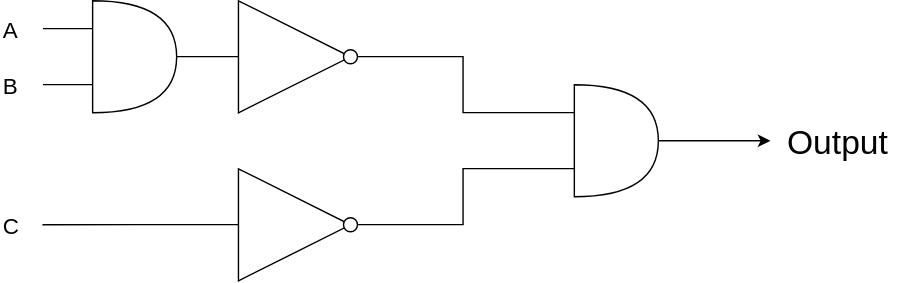
Before: circuits/2A.svg, a diagram exported from draw.io (Falmouth-Games-Academy/comp110-worksheet-4). Source tidied: cells renumbered, new cells last; positions are measured from the earlier drawing's top-left corner, leaving out a move shared by most shapes.
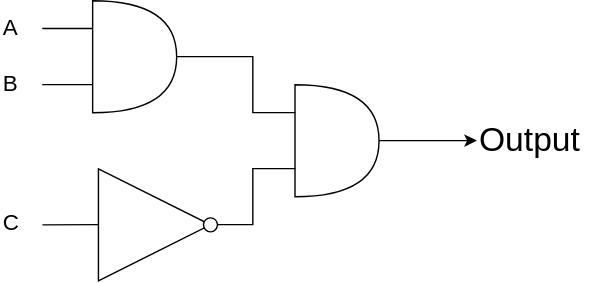
After the commit.

Commit message:
Mistakes were made. (1)

The edit, as a diff of the source:
```diff
@@ -2,36 +2,31 @@
   <root>
     <mxCell id="0" />
     <mxCell id="1" parent="0" />
-    <mxCell id="2" style="edgeStyle=orthogonalEdgeStyle;rounded=0;jettySize=auto;html=1;fontSize=24;" parent="1" edge="1" source="3">
-      <mxGeometry relative="1" as="geometry">
-        <mxPoint x="549.7" y="100" as="targetPoint" />
-      </mxGeometry>
+    <mxCell id="2" style="edgeStyle=orthogonalEdgeStyle;rounded=0;jettySize=auto;html=1;fontSize=24;entryX=0.003;entryY=0.495;entryDx=0;entryDy=0;entryPerimeter=0;" parent="1" edge="1" source="3" target="6">
+      <mxGeometry relative="1" as="geometry" />
     </mxCell>
     <mxCell id="3" style="shape=or;whiteSpace=wrap;html=1;fontSize=24;" parent="1" vertex="1">
-      <mxGeometry x="409.7" y="60" width="60" height="80" as="geometry" />
+      <mxGeometry x="210.2" y="60" width="60" height="80" as="geometry" />
     </mxCell>
-    <mxCell id="4" style="edgeStyle=orthogonalEdgeStyle;rounded=0;jettySize=auto;html=1;fontSize=24;entryX=0;entryY=0.25;entryDx=0;entryDy=0;entryPerimeter=0;endArrow=none;endFill=0;" parent="1" edge="1" source="20" target="3">
+    <mxCell id="4" style="edgeStyle=orthogonalEdgeStyle;rounded=0;jettySize=auto;html=1;fontSize=24;entryX=0;entryY=0.25;entryDx=0;entryDy=0;entryPerimeter=0;endArrow=none;endFill=0;exitX=1;exitY=0.5;exitDx=0;exitDy=0;exitPerimeter=0;" parent="1" edge="1" source="8" target="3">
       <mxGeometry relative="1" as="geometry">
         <Array as="points">
-          <mxPoint x="329.8" y="40" />
-          <mxPoint x="329.8" y="80" />
+          <mxPoint x="180" y="40" />
+          <mxPoint x="180" y="80" />
         </Array>
       </mxGeometry>
     </mxCell>
     <mxCell id="5" style="edgeStyle=orthogonalEdgeStyle;rounded=0;jettySize=auto;html=1;fontSize=24;entryX=0;entryY=0.75;entryDx=0;entryDy=0;entryPerimeter=0;endArrow=none;endFill=0;" parent="1" edge="1" source="17" target="3">
       <mxGeometry relative="1" as="geometry">
         <Array as="points">
-          <mxPoint x="329.8" y="160" />
-          <mxPoint x="329.8" y="120" />
+          <mxPoint x="180" y="160" />
+          <mxPoint x="180" y="120" />
         </Array>
       </mxGeometry>
     </mxCell>
     <mxCell id="6" value="Output" style="text;html=1;points=[];align=left;verticalAlign=top;spacingTop=-4;fontSize=24;" parent="1" vertex="1">
-      <mxGeometry x="559.8" y="85" width="90" height="30" as="geometry" />
+      <mxGeometry x="339.8" y="85" width="90" height="30" as="geometry" />
     </mxCell>
-    <mxCell id="7" style="edgeStyle=orthogonalEdgeStyle;rounded=0;jettySize=auto;html=1;fontSize=24;endArrow=none;endFill=0;exitX=1;exitY=0.5;exitDx=0;exitDy=0;exitPerimeter=0;entryX=0;entryY=0.5;entryDx=0;entryDy=0;" parent="1" edge="1" source="8" target="19">
-      <mxGeometry relative="1" as="geometry" />
-    </mxCell>
     <mxCell id="8" style="shape=or;whiteSpace=wrap;html=1;fontSize=24;" parent="1" vertex="1">
       <mxGeometry x="65.7" width="60" height="80" as="geometry" />
     </mxCell>
@@ -67,7 +62,7 @@
       <mxGeometry x="-0.2" y="145" width="30" height="30" as="geometry" />
     </mxCell>
     <mxCell id="15" style="group;" parent="1" vertex="1">
-      <mxGeometry x="169.8" y="120" width="85" height="80" as="geometry" />
+      <mxGeometry x="69.8" y="120" width="85" height="80" as="geometry" />
     </mxCell>
     <mxCell id="16" style="triangle;whiteSpace=wrap;html=1;" parent="15" vertex="1">
       <mxGeometry width="80" height="80" as="geometry" />
@@ -75,14 +70,5 @@
     <mxCell id="17" style="ellipse;whiteSpace=wrap;html=1;" parent="15" vertex="1">
       <mxGeometry x="75" y="35" width="10" height="10" as="geometry" />
     </mxCell>
-    <mxCell id="18" style="group;" parent="1" vertex="1">
-      <mxGeometry x="169.8" width="85" height="80" as="geometry" />
-    </mxCell>
-    <mxCell id="19" style="triangle;whiteSpace=wrap;html=1;" parent="18" vertex="1">
-      <mxGeometry width="80" height="80" as="geometry" />
-    </mxCell>
-    <mxCell id="20" style="ellipse;whiteSpace=wrap;html=1;" parent="18" vertex="1">
-      <mxGeometry x="75" y="35" width="10" height="10" as="geometry" />
-    </mxCell>
   </root>
 </mxGraphModel>
```
